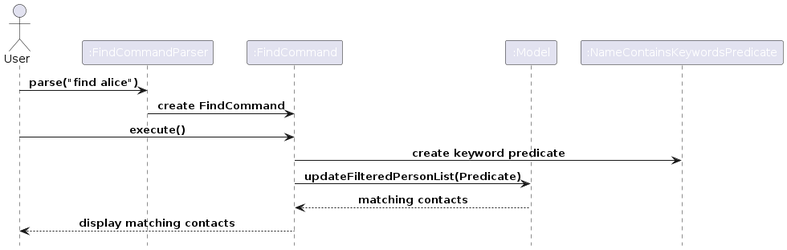
Earlier version of the PlantUML export diagrams/FindSequenceDiagram.png (AY2627S1-CS2103T-T09-2/tp). Its source is kept beside it as diagrams/FindSequenceDiagram.puml. Source of this version:
```plantuml
@startuml
!include style.puml

actor User
participant ":FindCommandParser" as Parser
participant ":FindCommand" as Command
participant ":Model" as Model
participant ":NameContainsKeywordsPredicate" as Predicate

User -> Parser: parse("find alice")
Parser -> Command: create FindCommand
User -> Command: execute()
Command -> Predicate: create keyword predicate
Command -> Model: updateFilteredPersonList(Predicate)
Model --> Command: matching contacts
Command --> User: display matching contacts

@enduml
```
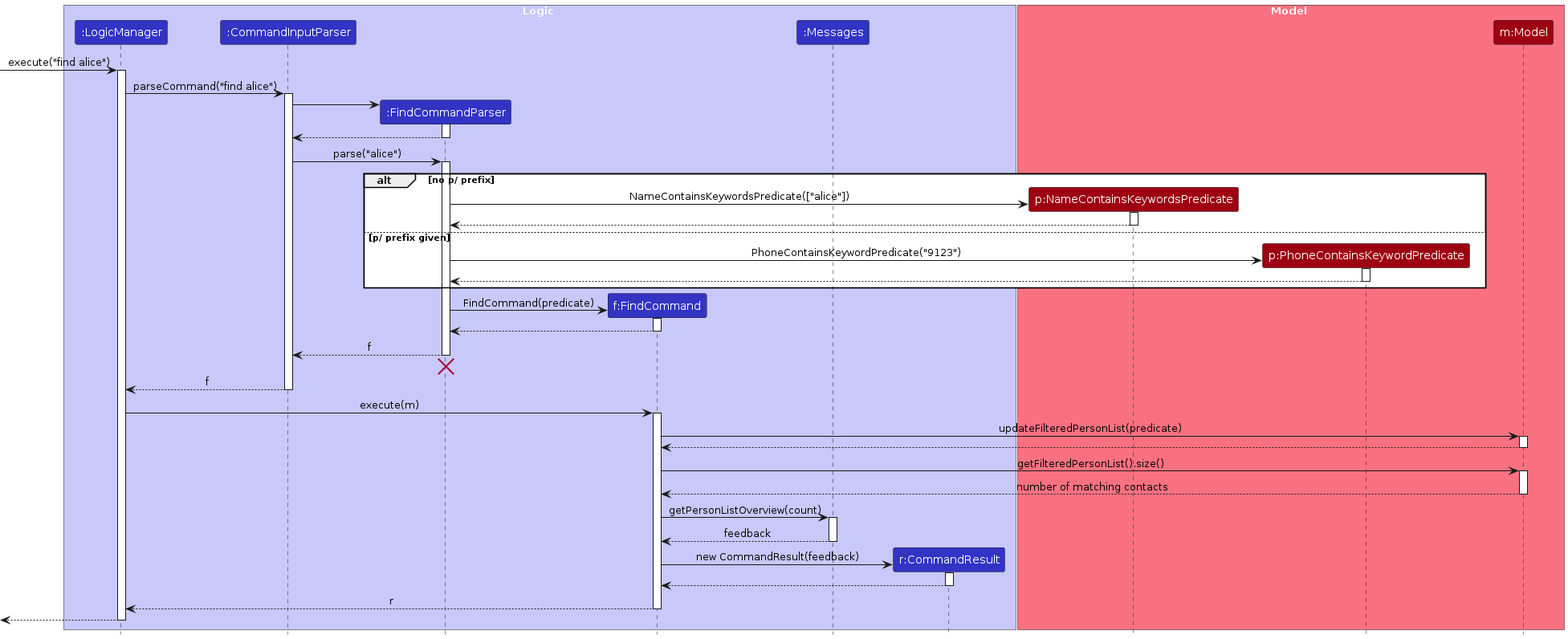
After the change.

Diff of the diagram source:
```diff
@@ -1,18 +1,93 @@
 @startuml
 !include style.puml
+skinparam ArrowFontStyle plain
 
-actor User
-participant ":FindCommandParser" as Parser
-participant ":FindCommand" as Command
-participant ":Model" as Model
-participant ":NameContainsKeywordsPredicate" as Predicate
+box Logic LOGIC_COLOR_T1
+participant ":LogicManager" as LogicManager LOGIC_COLOR
+participant ":CommandInputParser" as CommandInputParser LOGIC_COLOR
+participant ":FindCommandParser" as FindCommandParser LOGIC_COLOR
+participant "f:FindCommand" as FindCommand LOGIC_COLOR
+participant ":Messages" as Messages LOGIC_COLOR
+participant "r:CommandResult" as CommandResult LOGIC_COLOR
+end box
 
-User -> Parser: parse("find alice")
-Parser -> Command: create FindCommand
-User -> Command: execute()
-Command -> Predicate: create keyword predicate
-Command -> Model: updateFilteredPersonList(Predicate)
-Model --> Command: matching contacts
-Command --> User: display matching contacts
+box Model MODEL_COLOR_T1
+participant "p:NameContainsKeywordsPredicate" as NamePredicate MODEL_COLOR
+participant "p:PhoneContainsKeywordPredicate" as PhonePredicate MODEL_COLOR
+participant "m:Model" as Model MODEL_COLOR
+end box
 
+[-> LogicManager : execute("find alice")
+activate LogicManager
+
+LogicManager -> CommandInputParser : parseCommand("find alice")
+activate CommandInputParser
+
+create FindCommandParser
+CommandInputParser -> FindCommandParser
+activate FindCommandParser
+
+FindCommandParser --> CommandInputParser
+deactivate FindCommandParser
+
+CommandInputParser -> FindCommandParser : parse("alice")
+activate FindCommandParser
+
+alt no p/ prefix
+    create NamePredicate
+    FindCommandParser -> NamePredicate : NameContainsKeywordsPredicate(["alice"])
+    activate NamePredicate
+    NamePredicate --> FindCommandParser
+    deactivate NamePredicate
+else p/ prefix given
+    create PhonePredicate
+    FindCommandParser -> PhonePredicate : PhoneContainsKeywordPredicate("9123")
+    activate PhonePredicate
+    PhonePredicate --> FindCommandParser
+    deactivate PhonePredicate
+end
+
+create FindCommand
+FindCommandParser -> FindCommand : FindCommand(predicate)
+activate FindCommand
+FindCommand --> FindCommandParser
+deactivate FindCommand
+
+FindCommandParser --> CommandInputParser : f
+deactivate FindCommandParser
+FindCommandParser -[hidden]-> CommandInputParser
+destroy FindCommandParser
+
+CommandInputParser --> LogicManager : f
+deactivate CommandInputParser
+
+LogicManager -> FindCommand : execute(m)
+activate FindCommand
+
+FindCommand -> Model : updateFilteredPersonList(predicate)
+activate Model
+Model --> FindCommand
+deactivate Model
+
+FindCommand -> Model : getFilteredPersonList().size()
+activate Model
+Model --> FindCommand : number of matching contacts
+deactivate Model
+
+FindCommand -> Messages : getPersonListOverview(count)
+activate Messages
+Messages --> FindCommand : feedback
+deactivate Messages
+
+create CommandResult
+FindCommand -> CommandResult : new CommandResult(feedback)
+activate CommandResult
+CommandResult --> FindCommand
+deactivate CommandResult
+
+FindCommand --> LogicManager : r
+deactivate FindCommand
+
+[<--LogicManager
+deactivate LogicManager
 @enduml
```
